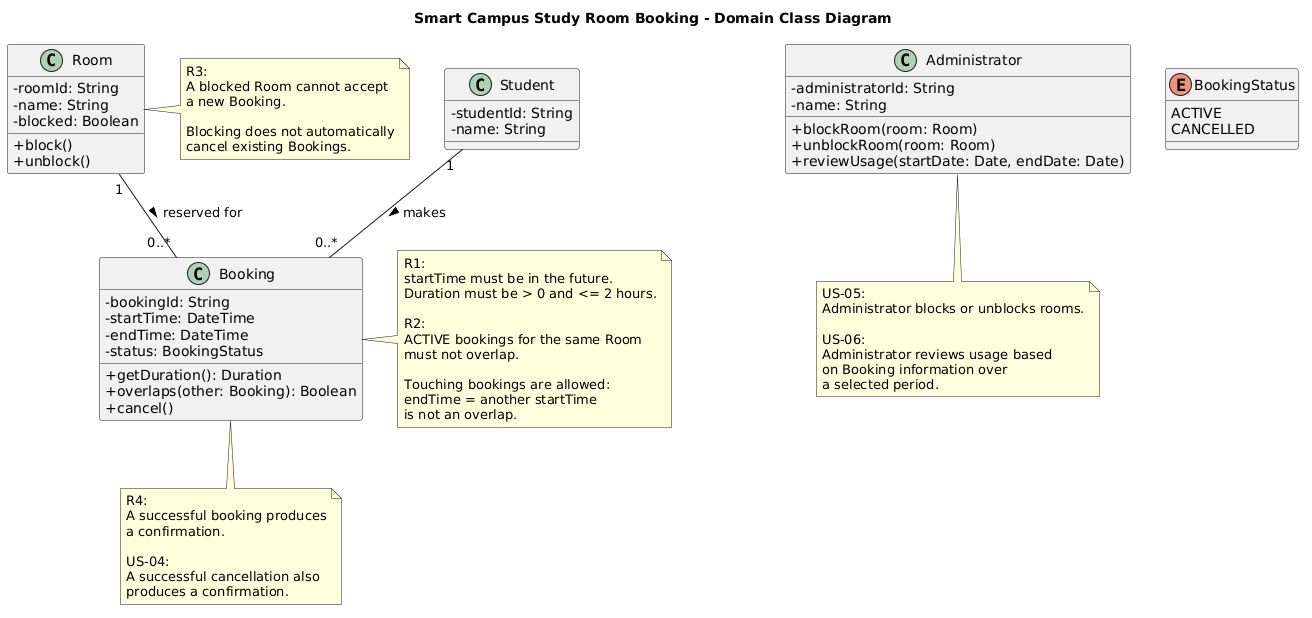
Above: week-04/models/img/class.png in Alibyek1122/se-practice (PlantUML), before the change.
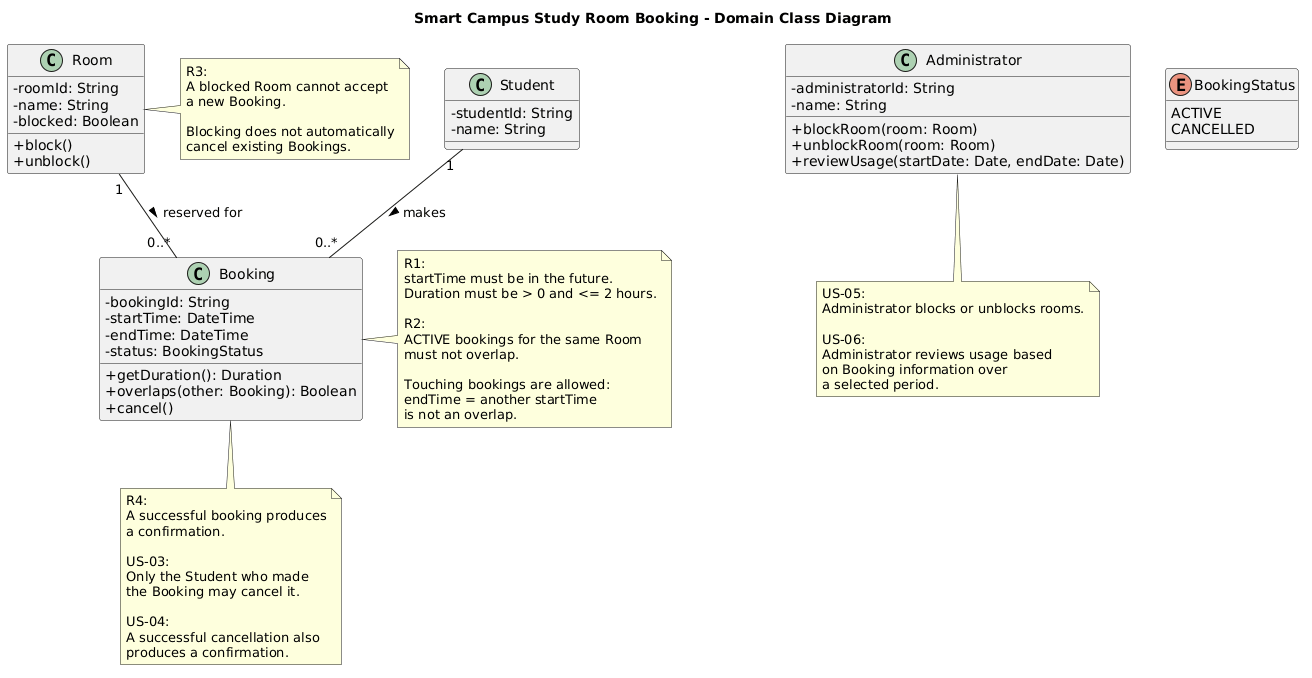
Above is the later version.

Diff of the diagram source:
```diff
@@ -73,6 +73,10 @@
 A successful booking produces
 a confirmation.
 
+US-03:
+Only the Student who made
+the Booking may cancel it.
+
 US-04:
 A successful cancellation also
 produces a confirmation.
```
